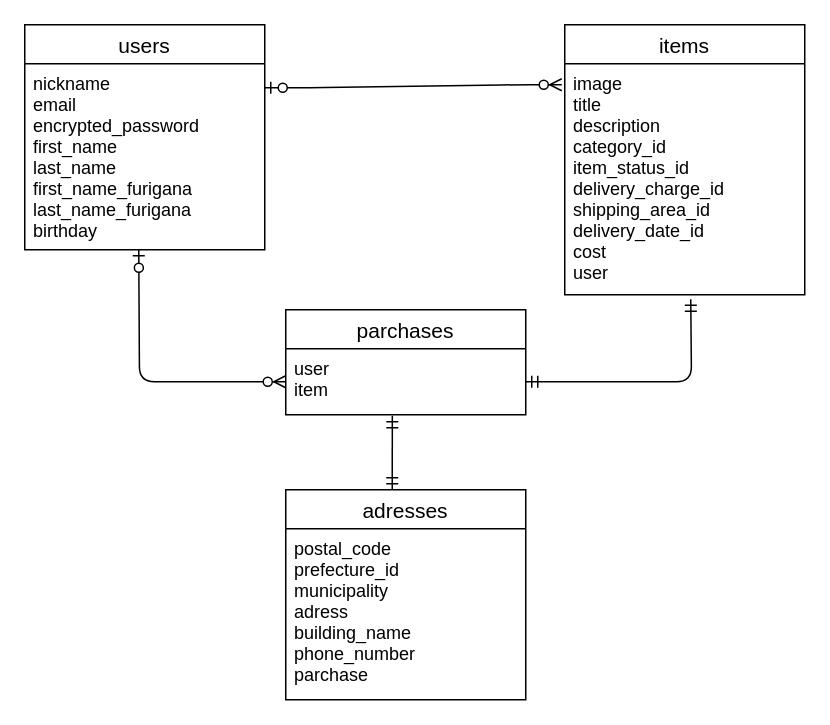
The draw.io diagram test.dio in hidapen/furima-35859, before the edit. Source tidied: cells renumbered, new cells numbered last; positions are measured from the earlier drawing's top-left corner, leaving out a move shared by most shapes. Both pictures are drawn from the tidied source at 150%, with x=0, y=0 at pixel (24, 24).
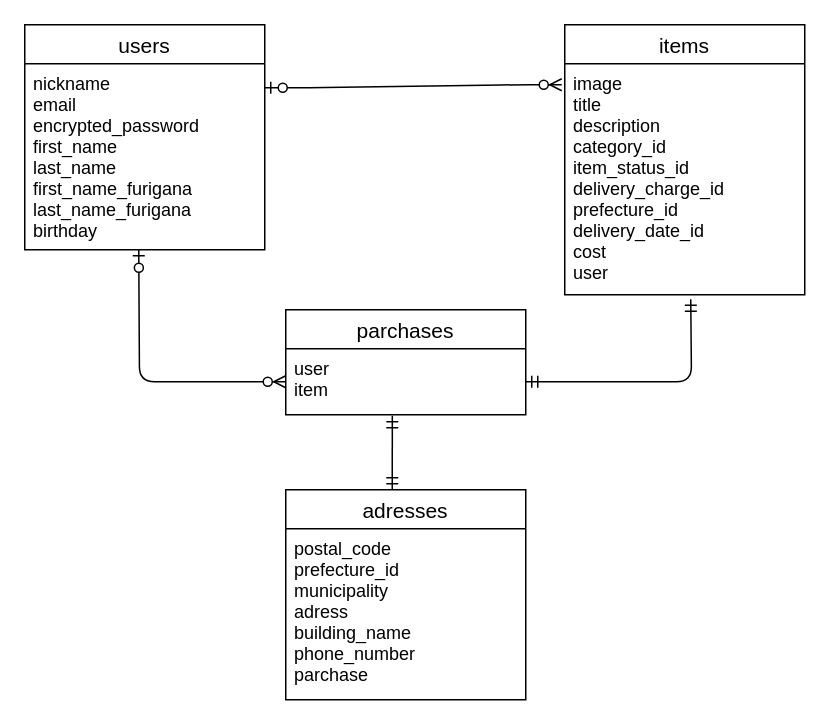
The same page after the edit.

Commit message (it also covers changes not shown here):
レビュー修正４回目

Diff of the diagram source:
```diff
@@
 <mxGraphModel>
   <root>
     <mxCell id="0" />
     <mxCell id="1" parent="0" />
     <mxCell id="2" value="users" style="swimlane;fontStyle=0;horizontal=1;startSize=26;align=center;fontSize=14;" parent="1" vertex="1">
       <mxGeometry width="160" height="150" as="geometry" />
     </mxCell>
     <mxCell id="3" value="nickname&#10;email&#10;encrypted_password&#10;first_name&#10;last_name&#10;first_name_furigana&#10;last_name_furigana&#10;birthday" style="text;strokeColor=none;fillColor=none;spacingLeft=4;spacingRight=4;overflow=hidden;fontSize=12;" parent="2" vertex="1">
       <mxGeometry y="26" width="160" height="124" as="geometry" />
     </mxCell>
     <mxCell id="4" value="items" style="swimlane;fontStyle=0;horizontal=1;startSize=26;align=center;fontSize=14;" parent="1" vertex="1">
       <mxGeometry x="360" width="160" height="180" as="geometry" />
     </mxCell>
-    <mxCell id="5" value="image&#10;title&#10;description&#10;category_id&#10;item_status_id&#10;delivery_charge_id&#10;shipping_area_id&#10;delivery_date_id&#10;cost&#10;user" style="text;strokeColor=none;fillColor=none;spacingLeft=4;spacingRight=4;overflow=hidden;fontSize=12;" parent="4" vertex="1">
+    <mxCell id="5" value="image&#10;title&#10;description&#10;category_id&#10;item_status_id&#10;delivery_charge_id&#10;prefecture_id&#10;delivery_date_id&#10;cost&#10;user" style="text;strokeColor=none;fillColor=none;spacingLeft=4;spacingRight=4;overflow=hidden;fontSize=12;" parent="4" vertex="1">
       <mxGeometry y="26" width="160" height="154" as="geometry" />
     </mxCell>
     <mxCell id="6" value="parchases" style="swimlane;fontStyle=0;horizontal=1;startSize=26;align=center;fontSize=14;" parent="1" vertex="1">
       <mxGeometry x="174" y="190" width="160" height="70" as="geometry" />
     </mxCell>
     <mxCell id="7" value="user&#10;item" style="text;strokeColor=none;fillColor=none;spacingLeft=4;spacingRight=4;overflow=hidden;points=[[0,0.5],[1,0.5]];portConstraint=eastwest;fontSize=12;" parent="6" vertex="1">
       <mxGeometry y="26" width="160" height="44" as="geometry" />
     </mxCell>
     <mxCell id="8" style="edgeStyle=entityRelationEdgeStyle;fontSize=12;html=1;endArrow=ERzeroToMany;startArrow=ERzeroToOne;" parent="1" edge="1">
       <mxGeometry relative="1" as="geometry">
         <mxPoint x="160" y="42" as="sourcePoint" />
         <mxPoint x="358" y="40" as="targetPoint" />
       </mxGeometry>
     </mxCell>
     <mxCell id="9" value="adresses" style="swimlane;fontStyle=0;horizontal=1;startSize=26;align=center;fontSize=14;" parent="1" vertex="1">
       <mxGeometry x="174" y="310" width="160" height="140" as="geometry" />
     </mxCell>
     <mxCell id="10" value="postal_code&#10;prefecture_id&#10;municipality&#10;adress&#10;building_name&#10;phone_number&#10;parchase" style="text;strokeColor=none;fillColor=none;spacingLeft=4;spacingRight=4;overflow=hidden;fontSize=12;" parent="9" vertex="1">
       <mxGeometry y="26" width="160" height="114" as="geometry" />
     </mxCell>
     <mxCell id="11" style="fontSize=12;html=1;endArrow=ERmandOne;startArrow=ERmandOne;entryX=0.444;entryY=1.014;entryDx=0;entryDy=0;entryPerimeter=0;" parent="1" edge="1" target="7">
       <mxGeometry relative="1" as="geometry">
         <mxPoint x="245" y="310" as="sourcePoint" />
       </mxGeometry>
     </mxCell>
     <mxCell id="12" style="edgeStyle=orthogonalEdgeStyle;fontSize=12;html=1;endArrow=ERzeroToMany;startArrow=ERzeroToOne;entryX=0;entryY=0.5;entryDx=0;entryDy=0;" parent="1" edge="1" target="7">
       <mxGeometry relative="1" as="geometry">
         <mxPoint x="76" y="150" as="sourcePoint" />
       </mxGeometry>
     </mxCell>
     <mxCell id="13" style="edgeStyle=orthogonalEdgeStyle;fontSize=12;html=1;endArrow=ERmandOne;startArrow=ERmandOne;exitX=1;exitY=0.5;exitDx=0;exitDy=0;" parent="1" edge="1" source="7">
       <mxGeometry relative="1" as="geometry">
         <mxPoint x="444" y="183" as="targetPoint" />
       </mxGeometry>
     </mxCell>
   </root>
 </mxGraphModel>
```
